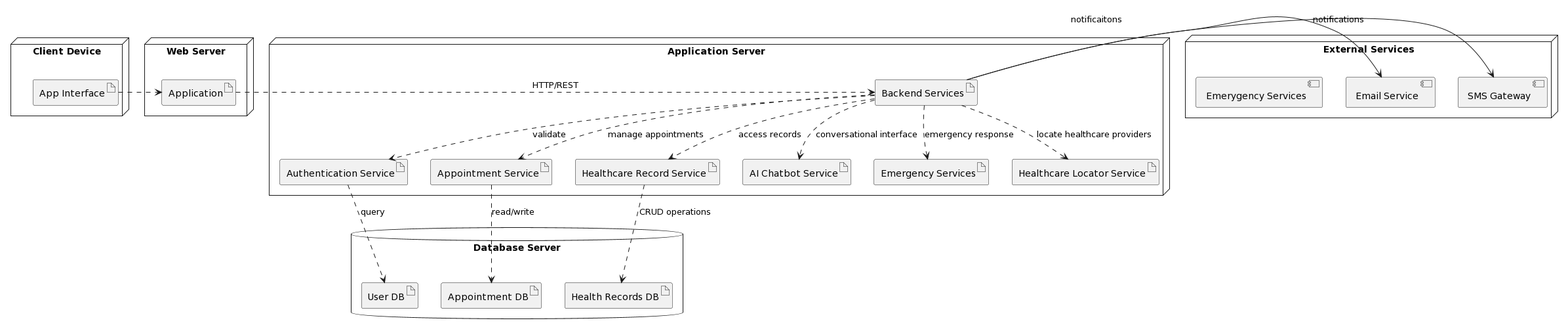
Earlier version of the PlantUML export 6-DeploymentView/deploymentView.png (sarthakvijayvergiya/uu-adv-sof-des-1DL242).
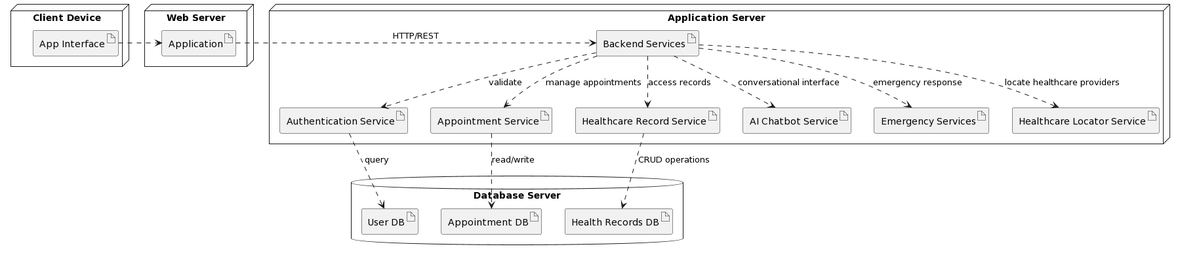
The same diagram one commit later.

Diff of the diagram source:
```diff
@@ -23,11 +23,7 @@
     artifact "Appointment DB" as AppDB
 }
 
-node "External Services" {
-    [SMS Gateway] as SMS
-    [Email Service] as Email
-    [Emerygency Services] as Emergency
-}
+
 
 UI .right.> App
 App .right.> Backend : HTTP/REST
@@ -42,7 +38,4 @@
 AuthService .down.> UserDB : query
 AppService .down.> AppDB : read/write
 RecordService .down.> HealthDB : CRUD operations
-
-Backend -right-> SMS : notifications
-Backend -right-> Email :notificaitons
 @enduml
```
